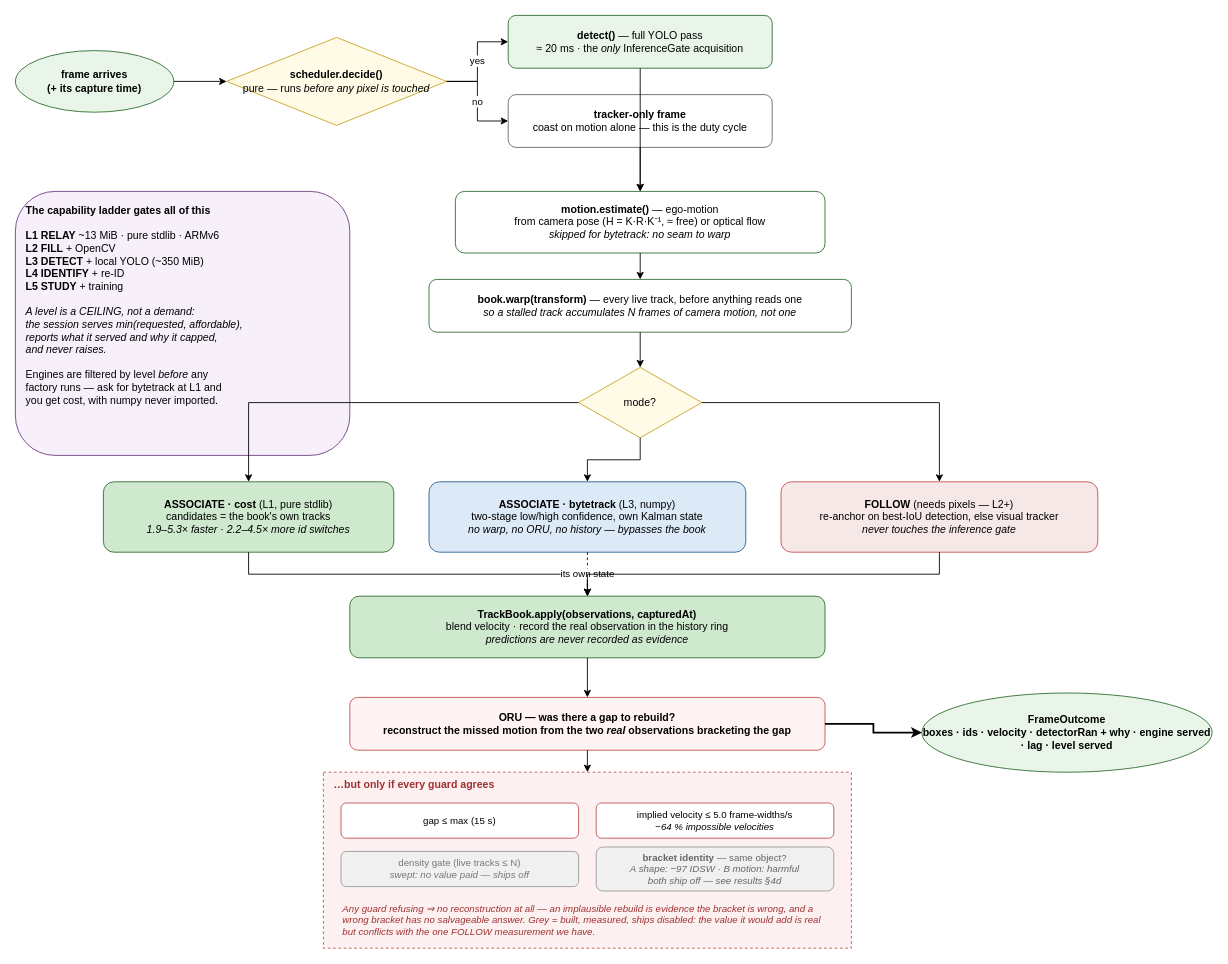
VladTetyorko/computer.vision keeps this draw.io diagram as page "2 · Inside one frame" (2 of 2) of docs/diagrams/cv-video-flow.drawio. Above is the earlier version. Source tidied: cells renumbered, new cells numbered last; positions are measured from the earlier drawing's top-left corner, leaving out a move shared by most shapes. Both pictures are drawn from the tidied source at 88%, with x=0, y=0 at pixel (15, 15).
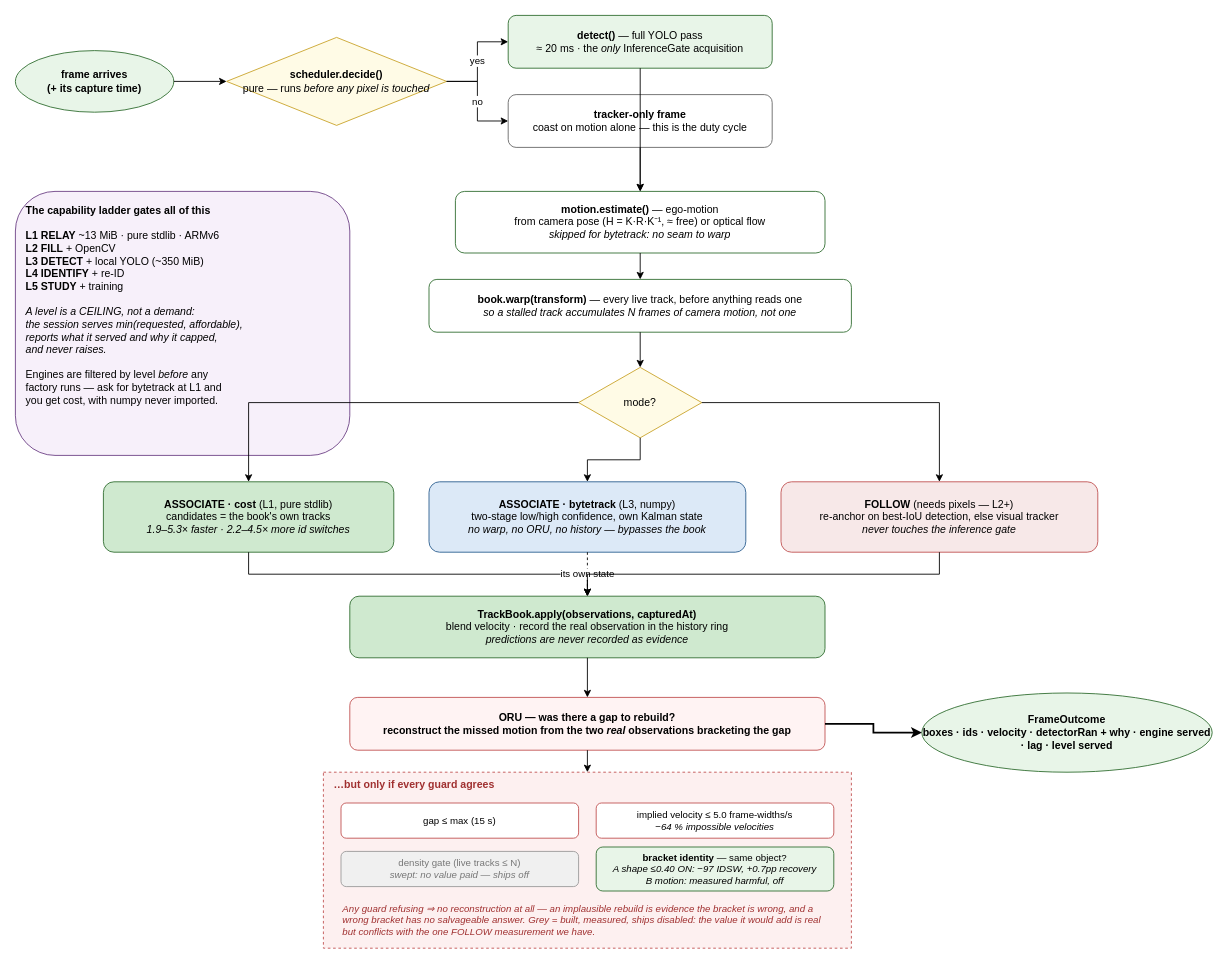
Above is the later version.

Commit message (it also covers changes not shown here):
feat(cv): enable ORU's bracket shape check at 0.40 by default

Change to the diagram source:
```diff
@@
-    <mxCell id="18" value="&lt;b&gt;bracket identity&lt;/b&gt; — same object?&lt;br/&gt;&lt;i&gt;A shape: −97 IDSW · B motion: harmful&lt;br/&gt;both ship off — see results §4d&lt;/i&gt;" style="rounded=1;whiteSpace=wrap;html=1;fillColor=#f0f0f0;strokeColor=#999999;fontSize=11;fontColor=#666666;" parent="1" vertex="1">
+    <mxCell id="18" value="&lt;b&gt;bracket identity&lt;/b&gt; — same object?&lt;br/&gt;&lt;i&gt;A shape ≤0.40 ON: −97 IDSW, +0.7pp recovery&lt;br/&gt;B motion: measured harmful, off&lt;/i&gt;" style="rounded=1;whiteSpace=wrap;html=1;fillColor=#e8f5e8;strokeColor=#2f6d2f;fontSize=11;" parent="1" vertex="1">
       <mxGeometry x="660" y="945" width="270" height="50" as="geometry" />
     </mxCell>
```
